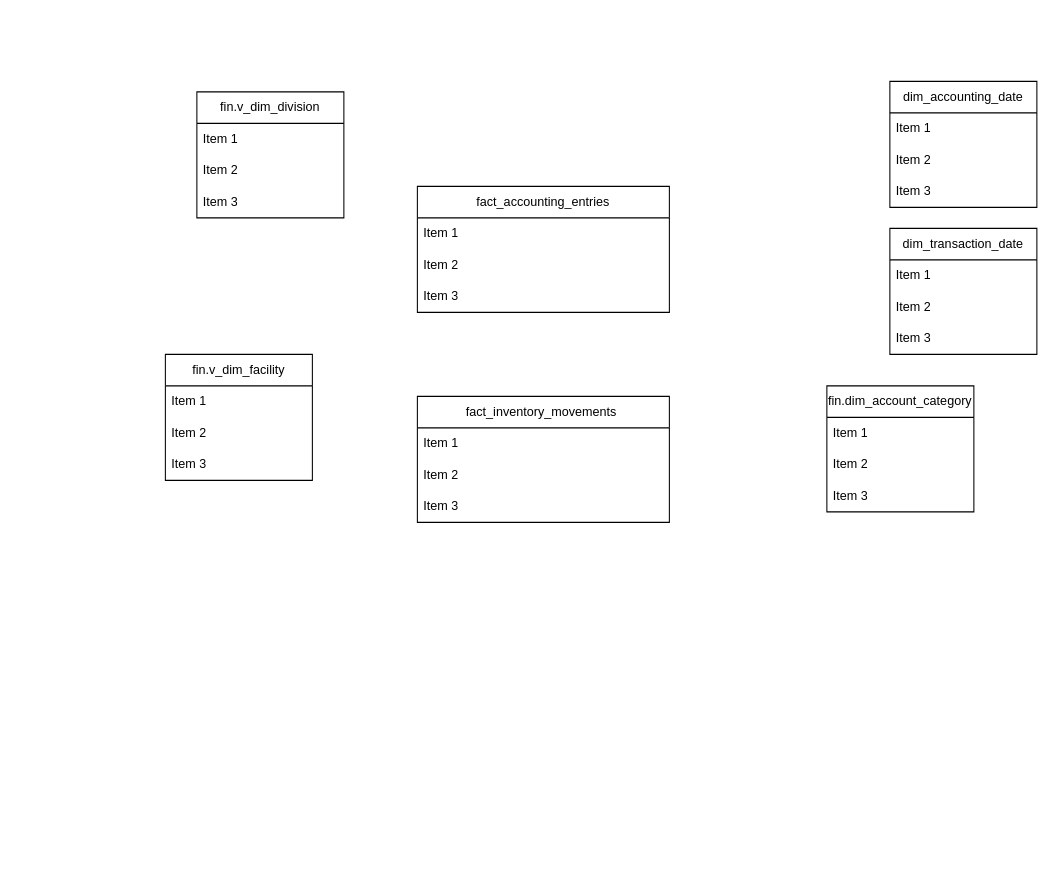
Before: Raval/cogs.drawio in almogov/Binarient, a draw.io diagram. Source tidied: cells renumbered, new cells numbered last; positions are measured from the earlier drawing's top-left corner, leaving out a move shared by most shapes. Both pictures are drawn from the tidied source at 105%, with x=0, y=0 at pixel (165, 81).
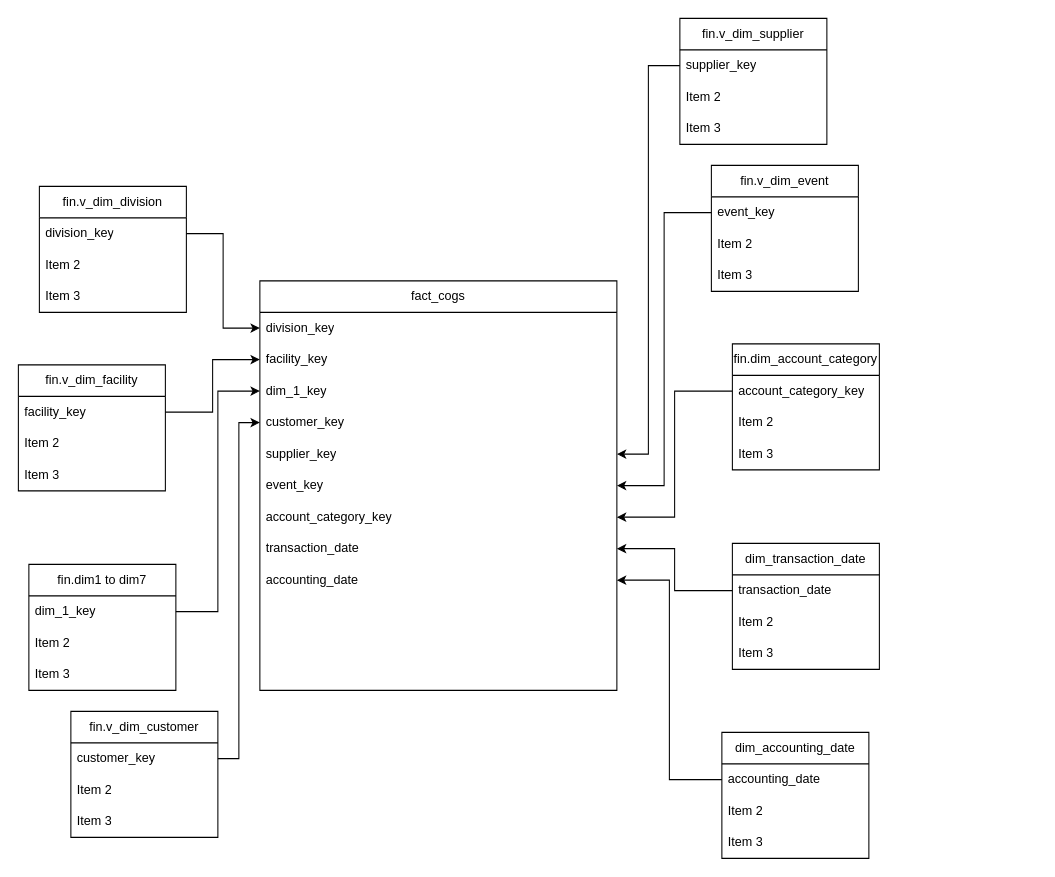
After the change.

The edit, as a diff of the source:
```diff
@@
-    <mxCell id="2" value="fact_accounting_entries" style="swimlane;fontStyle=0;horizontal=1;startSize=30;whiteSpace=wrap;html=1;" parent="1" vertex="1">
-      <mxGeometry x="240" y="100" width="240" height="120" as="geometry" />
+    <mxCell id="2" value="fact_cogs" style="swimlane;fontStyle=0;horizontal=1;startSize=30;whiteSpace=wrap;html=1;" parent="1" vertex="1">
+      <mxGeometry x="90" y="190" width="340" height="390" as="geometry" />
     </mxCell>
-    <mxCell id="3" value="Item 1" style="text;strokeColor=none;fillColor=none;align=left;verticalAlign=middle;spacingLeft=4;spacingRight=4;overflow=hidden;points=[[0,0.5],[1,0.5]];portConstraint=eastwest;whiteSpace=wrap;html=1;" parent="2" vertex="1">
-      <mxGeometry y="30" width="240" height="30" as="geometry" />
+    <mxCell id="3" value="division_key" style="text;strokeColor=none;fillColor=none;align=left;verticalAlign=middle;spacingLeft=4;spacingRight=4;overflow=hidden;points=[[0,0.5],[1,0.5]];portConstraint=eastwest;whiteSpace=wrap;html=1;" parent="2" vertex="1">
+      <mxGeometry y="30" width="340" height="30" as="geometry" />
     </mxCell>
-    <mxCell id="4" value="Item 2" style="text;strokeColor=none;fillColor=none;align=left;verticalAlign=middle;spacingLeft=4;spacingRight=4;overflow=hidden;points=[[0,0.5],[1,0.5]];portConstraint=eastwest;whiteSpace=wrap;html=1;" parent="2" vertex="1">
-      <mxGeometry y="60" width="240" height="30" as="geometry" />
+    <mxCell id="4" value="facility_key" style="text;strokeColor=none;fillColor=none;align=left;verticalAlign=middle;spacingLeft=4;spacingRight=4;overflow=hidden;points=[[0,0.5],[1,0.5]];portConstraint=eastwest;whiteSpace=wrap;html=1;" parent="2" vertex="1">
+      <mxGeometry y="60" width="340" height="30" as="geometry" />
     </mxCell>
-    <mxCell id="5" value="Item 3" style="text;strokeColor=none;fillColor=none;align=left;verticalAlign=middle;spacingLeft=4;spacingRight=4;overflow=hidden;points=[[0,0.5],[1,0.5]];portConstraint=eastwest;whiteSpace=wrap;html=1;" parent="2" vertex="1">
-      <mxGeometry y="90" width="240" height="30" as="geometry" />
+    <mxCell id="5" value="dim_1_key" style="text;strokeColor=none;fillColor=none;align=left;verticalAlign=middle;spacingLeft=4;spacingRight=4;overflow=hidden;points=[[0,0.5],[1,0.5]];portConstraint=eastwest;whiteSpace=wrap;html=1;" parent="2" vertex="1">
+      <mxGeometry y="90" width="340" height="30" as="geometry" />
     </mxCell>
+    <mxCell id="30" value="customer_key" style="text;strokeColor=none;fillColor=none;align=left;verticalAlign=middle;spacingLeft=4;spacingRight=4;overflow=hidden;points=[[0,0.5],[1,0.5]];portConstraint=eastwest;whiteSpace=wrap;html=1;" parent="2" vertex="1">
+      <mxGeometry y="120" width="340" height="30" as="geometry" />
+    </mxCell>
+    <mxCell id="31" value="&lt;span style=&quot;text-align: center;&quot;&gt;supplier_key&lt;/span&gt;" style="text;strokeColor=none;fillColor=none;align=left;verticalAlign=middle;spacingLeft=4;spacingRight=4;overflow=hidden;points=[[0,0.5],[1,0.5]];portConstraint=eastwest;whiteSpace=wrap;html=1;" parent="2" vertex="1">
+      <mxGeometry y="150" width="340" height="30" as="geometry" />
+    </mxCell>
+    <mxCell id="32" value="event_key" style="text;strokeColor=none;fillColor=none;align=left;verticalAlign=middle;spacingLeft=4;spacingRight=4;overflow=hidden;points=[[0,0.5],[1,0.5]];portConstraint=eastwest;whiteSpace=wrap;html=1;" parent="2" vertex="1">
+      <mxGeometry y="180" width="340" height="30" as="geometry" />
+    </mxCell>
+    <mxCell id="33" value="&lt;span style=&quot;text-align: center;&quot;&gt;account_category_key&lt;/span&gt;" style="text;strokeColor=none;fillColor=none;align=left;verticalAlign=middle;spacingLeft=4;spacingRight=4;overflow=hidden;points=[[0,0.5],[1,0.5]];portConstraint=eastwest;whiteSpace=wrap;html=1;" parent="2" vertex="1">
+      <mxGeometry y="210" width="340" height="30" as="geometry" />
+    </mxCell>
+    <mxCell id="34" value="&lt;span style=&quot;text-align: center;&quot;&gt;transaction_date&lt;/span&gt;" style="text;strokeColor=none;fillColor=none;align=left;verticalAlign=middle;spacingLeft=4;spacingRight=4;overflow=hidden;points=[[0,0.5],[1,0.5]];portConstraint=eastwest;whiteSpace=wrap;html=1;" parent="2" vertex="1">
+      <mxGeometry y="240" width="340" height="30" as="geometry" />
+    </mxCell>
+    <mxCell id="35" value="&lt;span style=&quot;text-align: center;&quot;&gt;accounting_date&lt;/span&gt;" style="text;strokeColor=none;fillColor=none;align=left;verticalAlign=middle;spacingLeft=4;spacingRight=4;overflow=hidden;points=[[0,0.5],[1,0.5]];portConstraint=eastwest;whiteSpace=wrap;html=1;" parent="2" vertex="1">
+      <mxGeometry y="270" width="340" height="30" as="geometry" />
+    </mxCell>
+    <mxCell id="36" style="text;strokeColor=none;fillColor=none;align=left;verticalAlign=middle;spacingLeft=4;spacingRight=4;overflow=hidden;whiteSpace=wrap;html=1;" parent="2" vertex="1">
+      <mxGeometry y="300" width="340" height="30" as="geometry" />
+    </mxCell>
+    <mxCell id="37" style="text;strokeColor=none;fillColor=none;align=left;verticalAlign=middle;spacingLeft=4;spacingRight=4;overflow=hidden;whiteSpace=wrap;html=1;" parent="2" vertex="1">
+      <mxGeometry y="330" width="340" height="30" as="geometry" />
+    </mxCell>
+    <mxCell id="38" style="text;strokeColor=none;fillColor=none;align=left;verticalAlign=middle;spacingLeft=4;spacingRight=4;overflow=hidden;whiteSpace=wrap;html=1;" parent="2" vertex="1">
+      <mxGeometry y="360" width="340" height="30" as="geometry" />
+    </mxCell>
     <mxCell id="6" value="dim_accounting_date" style="swimlane;fontStyle=0;horizontal=1;startSize=30;whiteSpace=wrap;html=1;" parent="1" vertex="1">
-      <mxGeometry x="690" width="140" height="120" as="geometry" />
+      <mxGeometry x="530" y="620" width="140" height="120" as="geometry" />
     </mxCell>
-    <mxCell id="7" value="Item 1" style="text;strokeColor=none;fillColor=none;align=left;verticalAlign=middle;spacingLeft=4;spacingRight=4;overflow=hidden;points=[[0,0.5],[1,0.5]];portConstraint=eastwest;whiteSpace=wrap;html=1;" parent="6" vertex="1">
+    <mxCell id="7" value="&lt;span style=&quot;text-align: center;&quot;&gt;accounting_date&lt;/span&gt;" style="text;strokeColor=none;fillColor=none;align=left;verticalAlign=middle;spacingLeft=4;spacingRight=4;overflow=hidden;points=[[0,0.5],[1,0.5]];portConstraint=eastwest;whiteSpace=wrap;html=1;" parent="6" vertex="1">
       <mxGeometry y="30" width="140" height="30" as="geometry" />
     </mxCell>
@@
     <mxCell id="10" value="fin.dim_account_category" style="swimlane;fontStyle=0;horizontal=1;startSize=30;whiteSpace=wrap;html=1;" parent="1" vertex="1">
-      <mxGeometry x="630" y="290" width="140" height="120" as="geometry" />
+      <mxGeometry x="540" y="250" width="140" height="120" as="geometry" />
     </mxCell>
-    <mxCell id="11" value="Item 1" style="text;strokeColor=none;fillColor=none;align=left;verticalAlign=middle;spacingLeft=4;spacingRight=4;overflow=hidden;points=[[0,0.5],[1,0.5]];portConstraint=eastwest;whiteSpace=wrap;html=1;" parent="10" vertex="1">
+    <mxCell id="11" value="&lt;span style=&quot;text-align: center;&quot;&gt;account_category_key&lt;/span&gt;" style="text;strokeColor=none;fillColor=none;align=left;verticalAlign=middle;spacingLeft=4;spacingRight=4;overflow=hidden;points=[[0,0.5],[1,0.5]];portConstraint=eastwest;whiteSpace=wrap;html=1;" parent="10" vertex="1">
       <mxGeometry y="30" width="140" height="30" as="geometry" />
     </mxCell>
@@
     <mxCell id="14" value="fin.v_dim_division" style="swimlane;fontStyle=0;horizontal=1;startSize=30;whiteSpace=wrap;html=1;" parent="1" vertex="1">
-      <mxGeometry x="30" y="10" width="140" height="120" as="geometry" />
+      <mxGeometry x="-120" y="100" width="140" height="120" as="geometry" />
     </mxCell>
-    <mxCell id="15" value="Item 1" style="text;strokeColor=none;fillColor=none;align=left;verticalAlign=middle;spacingLeft=4;spacingRight=4;overflow=hidden;points=[[0,0.5],[1,0.5]];portConstraint=eastwest;whiteSpace=wrap;html=1;" parent="14" vertex="1">
+    <mxCell id="15" value="division_key" style="text;strokeColor=none;fillColor=none;align=left;verticalAlign=middle;spacingLeft=4;spacingRight=4;overflow=hidden;points=[[0,0.5],[1,0.5]];portConstraint=eastwest;whiteSpace=wrap;html=1;" parent="14" vertex="1">
       <mxGeometry y="30" width="140" height="30" as="geometry" />
     </mxCell>
@@
+    <mxCell id="22" value="fin.v_dim_facility" style="swimlane;fontStyle=0;horizontal=1;startSize=30;whiteSpace=wrap;html=1;" parent="1" vertex="1">
+      <mxGeometry x="-140" y="270" width="140" height="120" as="geometry" />
+    </mxCell>
+    <mxCell id="23" value="facility_key" style="text;strokeColor=none;fillColor=none;align=left;verticalAlign=middle;spacingLeft=4;spacingRight=4;overflow=hidden;points=[[0,0.5],[1,0.5]];portConstraint=eastwest;whiteSpace=wrap;html=1;" parent="22" vertex="1">
+      <mxGeometry y="30" width="140" height="30" as="geometry" />
+    </mxCell>
+    <mxCell id="24" value="Item 2" style="text;strokeColor=none;fillColor=none;align=left;verticalAlign=middle;spacingLeft=4;spacingRight=4;overflow=hidden;whiteSpace=wrap;html=1;" parent="22" vertex="1">
+      <mxGeometry y="60" width="140" height="30" as="geometry" />
+    </mxCell>
+    <mxCell id="25" value="Item 3" style="text;strokeColor=none;fillColor=none;align=left;verticalAlign=middle;spacingLeft=4;spacingRight=4;overflow=hidden;whiteSpace=wrap;html=1;" parent="22" vertex="1">
+      <mxGeometry y="90" width="140" height="30" as="geometry" />
+    </mxCell>
+    <mxCell id="39" value="fin.dim1 to dim&lt;span style=&quot;background-color: transparent; color: light-dark(rgb(0, 0, 0), rgb(255, 255, 255));&quot;&gt;7&lt;/span&gt;" style="swimlane;fontStyle=0;horizontal=1;startSize=30;whiteSpace=wrap;html=1;" parent="1" vertex="1">
+      <mxGeometry x="-130" y="460" width="140" height="120" as="geometry" />
+    </mxCell>
+    <mxCell id="40" value="dim_1_key" style="text;strokeColor=none;fillColor=none;align=left;verticalAlign=middle;spacingLeft=4;spacingRight=4;overflow=hidden;points=[[0,0.5],[1,0.5]];portConstraint=eastwest;whiteSpace=wrap;html=1;" parent="39" vertex="1">
+      <mxGeometry y="30" width="140" height="30" as="geometry" />
+    </mxCell>
+    <mxCell id="41" value="Item 2" style="text;strokeColor=none;fillColor=none;align=left;verticalAlign=middle;spacingLeft=4;spacingRight=4;overflow=hidden;whiteSpace=wrap;html=1;" parent="39" vertex="1">
+      <mxGeometry y="60" width="140" height="30" as="geometry" />
+    </mxCell>
+    <mxCell id="42" value="Item 3" style="text;strokeColor=none;fillColor=none;align=left;verticalAlign=middle;spacingLeft=4;spacingRight=4;overflow=hidden;whiteSpace=wrap;html=1;" parent="39" vertex="1">
+      <mxGeometry y="90" width="140" height="30" as="geometry" />
+    </mxCell>
+    <mxCell id="43" value="fin.v_dim_event" style="swimlane;fontStyle=0;horizontal=1;startSize=30;whiteSpace=wrap;html=1;" parent="1" vertex="1">
+      <mxGeometry x="520" y="80" width="140" height="120" as="geometry" />
+    </mxCell>
+    <mxCell id="44" value="event_key" style="text;strokeColor=none;fillColor=none;align=left;verticalAlign=middle;spacingLeft=4;spacingRight=4;overflow=hidden;points=[[0,0.5],[1,0.5]];portConstraint=eastwest;whiteSpace=wrap;html=1;" parent="43" vertex="1">
+      <mxGeometry y="30" width="140" height="30" as="geometry" />
+    </mxCell>
+    <mxCell id="45" value="Item 2" style="text;strokeColor=none;fillColor=none;align=left;verticalAlign=middle;spacingLeft=4;spacingRight=4;overflow=hidden;whiteSpace=wrap;html=1;" parent="43" vertex="1">
+      <mxGeometry y="60" width="140" height="30" as="geometry" />
+    </mxCell>
+    <mxCell id="46" value="Item 3" style="text;strokeColor=none;fillColor=none;align=left;verticalAlign=middle;spacingLeft=4;spacingRight=4;overflow=hidden;whiteSpace=wrap;html=1;" parent="43" vertex="1">
+      <mxGeometry y="90" width="140" height="30" as="geometry" />
+    </mxCell>
+    <mxCell id="47" value="fin.v_dim_customer" style="swimlane;fontStyle=0;horizontal=1;startSize=30;whiteSpace=wrap;html=1;" parent="1" vertex="1">
+      <mxGeometry x="-90" y="600" width="140" height="120" as="geometry" />
+    </mxCell>
+    <mxCell id="48" value="customer_key" style="text;strokeColor=none;fillColor=none;align=left;verticalAlign=middle;spacingLeft=4;spacingRight=4;overflow=hidden;points=[[0,0.5],[1,0.5]];portConstraint=eastwest;whiteSpace=wrap;html=1;" parent="47" vertex="1">
+      <mxGeometry y="30" width="140" height="30" as="geometry" />
+    </mxCell>
+    <mxCell id="49" value="Item 2" style="text;strokeColor=none;fillColor=none;align=left;verticalAlign=middle;spacingLeft=4;spacingRight=4;overflow=hidden;whiteSpace=wrap;html=1;" parent="47" vertex="1">
+      <mxGeometry y="60" width="140" height="30" as="geometry" />
+    </mxCell>
+    <mxCell id="50" value="Item 3" style="text;strokeColor=none;fillColor=none;align=left;verticalAlign=middle;spacingLeft=4;spacingRight=4;overflow=hidden;whiteSpace=wrap;html=1;" parent="47" vertex="1">
+      <mxGeometry y="90" width="140" height="30" as="geometry" />
+    </mxCell>
+    <mxCell id="51" value="fin.v_dim_supplier" style="swimlane;fontStyle=0;horizontal=1;startSize=30;whiteSpace=wrap;html=1;" parent="1" vertex="1">
+      <mxGeometry x="490" y="-60" width="140" height="120" as="geometry" />
+    </mxCell>
+    <mxCell id="52" value="&lt;span style=&quot;text-align: center;&quot;&gt;supplier_key&lt;/span&gt;" style="text;strokeColor=none;fillColor=none;align=left;verticalAlign=middle;spacingLeft=4;spacingRight=4;overflow=hidden;points=[[0,0.5],[1,0.5]];portConstraint=eastwest;whiteSpace=wrap;html=1;" parent="51" vertex="1">
+      <mxGeometry y="30" width="140" height="30" as="geometry" />
+    </mxCell>
+    <mxCell id="53" value="Item 2" style="text;strokeColor=none;fillColor=none;align=left;verticalAlign=middle;spacingLeft=4;spacingRight=4;overflow=hidden;whiteSpace=wrap;html=1;" parent="51" vertex="1">
+      <mxGeometry y="60" width="140" height="30" as="geometry" />
+    </mxCell>
+    <mxCell id="54" value="Item 3" style="text;strokeColor=none;fillColor=none;align=left;verticalAlign=middle;spacingLeft=4;spacingRight=4;overflow=hidden;whiteSpace=wrap;html=1;" parent="51" vertex="1">
+      <mxGeometry y="90" width="140" height="30" as="geometry" />
+    </mxCell>
+    <mxCell id="55" style="edgeStyle=orthogonalEdgeStyle;rounded=0;jettySize=auto;html=1;" parent="1" edge="1" source="15" target="3">
+      <mxGeometry relative="1" as="geometry" />
+    </mxCell>
+    <mxCell id="56" style="edgeStyle=orthogonalEdgeStyle;rounded=0;jettySize=auto;html=1;" parent="1" edge="1" source="23" target="4">
+      <mxGeometry relative="1" as="geometry" />
+    </mxCell>
+    <mxCell id="57" style="edgeStyle=orthogonalEdgeStyle;rounded=0;jettySize=auto;html=1;" parent="1" edge="1" source="40" target="5">
+      <mxGeometry relative="1" as="geometry" />
+    </mxCell>
+    <mxCell id="58" style="edgeStyle=orthogonalEdgeStyle;rounded=0;jettySize=auto;html=1;" parent="1" edge="1" source="48" target="30">
+      <mxGeometry relative="1" as="geometry" />
+    </mxCell>
+    <mxCell id="59" style="edgeStyle=orthogonalEdgeStyle;rounded=0;jettySize=auto;html=1;" parent="1" edge="1" source="52" target="31">
+      <mxGeometry relative="1" as="geometry" />
+    </mxCell>
+    <mxCell id="60" style="edgeStyle=orthogonalEdgeStyle;rounded=0;jettySize=auto;html=1;" parent="1" edge="1" source="44" target="32">
+      <mxGeometry relative="1" as="geometry" />
+    </mxCell>
+    <mxCell id="61" style="edgeStyle=orthogonalEdgeStyle;rounded=0;jettySize=auto;html=1;" parent="1" edge="1" source="11" target="33">
+      <mxGeometry relative="1" as="geometry" />
+    </mxCell>
+    <mxCell id="62" style="edgeStyle=orthogonalEdgeStyle;rounded=0;jettySize=auto;html=1;" parent="1" edge="1" source="19" target="34">
+      <mxGeometry relative="1" as="geometry" />
+    </mxCell>
+    <mxCell id="63" style="edgeStyle=orthogonalEdgeStyle;rounded=0;jettySize=auto;html=1;" parent="1" edge="1" source="7" target="35">
+      <mxGeometry relative="1" as="geometry" />
+    </mxCell>
     <mxCell id="18" value="dim_transaction_date" style="swimlane;fontStyle=0;horizontal=1;startSize=30;whiteSpace=wrap;html=1;" parent="1" vertex="1">
-      <mxGeometry x="690" y="140" width="140" height="120" as="geometry" />
+      <mxGeometry x="540" y="440" width="140" height="120" as="geometry" />
     </mxCell>
-    <mxCell id="19" value="Item 1" style="text;strokeColor=none;fillColor=none;align=left;verticalAlign=middle;spacingLeft=4;spacingRight=4;overflow=hidden;points=[[0,0.5],[1,0.5]];portConstraint=eastwest;whiteSpace=wrap;html=1;" parent="18" vertex="1">
+    <mxCell id="19" value="&lt;span style=&quot;text-align: center;&quot;&gt;transaction_date&lt;/span&gt;" style="text;strokeColor=none;fillColor=none;align=left;verticalAlign=middle;spacingLeft=4;spacingRight=4;overflow=hidden;points=[[0,0.5],[1,0.5]];portConstraint=eastwest;whiteSpace=wrap;html=1;" parent="18" vertex="1">
       <mxGeometry y="30" width="140" height="30" as="geometry" />
     </mxCell>
@@
-    <mxCell id="22" value="fin.v_dim_facility" style="swimlane;fontStyle=0;horizontal=1;startSize=30;whiteSpace=wrap;html=1;" parent="1" vertex="1">
-      <mxGeometry y="260" width="140" height="120" as="geometry" />
-    </mxCell>
-    <mxCell id="23" value="Item 1" style="text;strokeColor=none;fillColor=none;align=left;verticalAlign=middle;spacingLeft=4;spacingRight=4;overflow=hidden;points=[[0,0.5],[1,0.5]];portConstraint=eastwest;whiteSpace=wrap;html=1;" parent="22" vertex="1">
-      <mxGeometry y="30" width="140" height="30" as="geometry" />
-    </mxCell>
-    <mxCell id="24" value="Item 2" style="text;strokeColor=none;fillColor=none;align=left;verticalAlign=middle;spacingLeft=4;spacingRight=4;overflow=hidden;whiteSpace=wrap;html=1;" parent="22" vertex="1">
-      <mxGeometry y="60" width="140" height="30" as="geometry" />
-    </mxCell>
-    <mxCell id="25" value="Item 3" style="text;strokeColor=none;fillColor=none;align=left;verticalAlign=middle;spacingLeft=4;spacingRight=4;overflow=hidden;whiteSpace=wrap;html=1;" parent="22" vertex="1">
-      <mxGeometry y="90" width="140" height="30" as="geometry" />
-    </mxCell>
-    <mxCell id="26" value="fact_inventory_movements&amp;nbsp;" style="swimlane;fontStyle=0;horizontal=1;startSize=30;whiteSpace=wrap;html=1;" parent="1" vertex="1">
-      <mxGeometry x="240" y="300" width="240" height="120" as="geometry" />
-    </mxCell>
-    <mxCell id="27" value="Item 1" style="text;strokeColor=none;fillColor=none;align=left;verticalAlign=middle;spacingLeft=4;spacingRight=4;overflow=hidden;whiteSpace=wrap;html=1;" parent="26" vertex="1">
-      <mxGeometry y="30" width="240" height="30" as="geometry" />
-    </mxCell>
-    <mxCell id="28" value="Item 2" style="text;strokeColor=none;fillColor=none;align=left;verticalAlign=middle;spacingLeft=4;spacingRight=4;overflow=hidden;whiteSpace=wrap;html=1;" parent="26" vertex="1">
-      <mxGeometry y="60" width="240" height="30" as="geometry" />
-    </mxCell>
-    <mxCell id="29" value="Item 3" style="text;strokeColor=none;fillColor=none;align=left;verticalAlign=middle;spacingLeft=4;spacingRight=4;overflow=hidden;whiteSpace=wrap;html=1;" parent="26" vertex="1">
-      <mxGeometry y="90" width="240" height="30" as="geometry" />
-    </mxCell>
```
